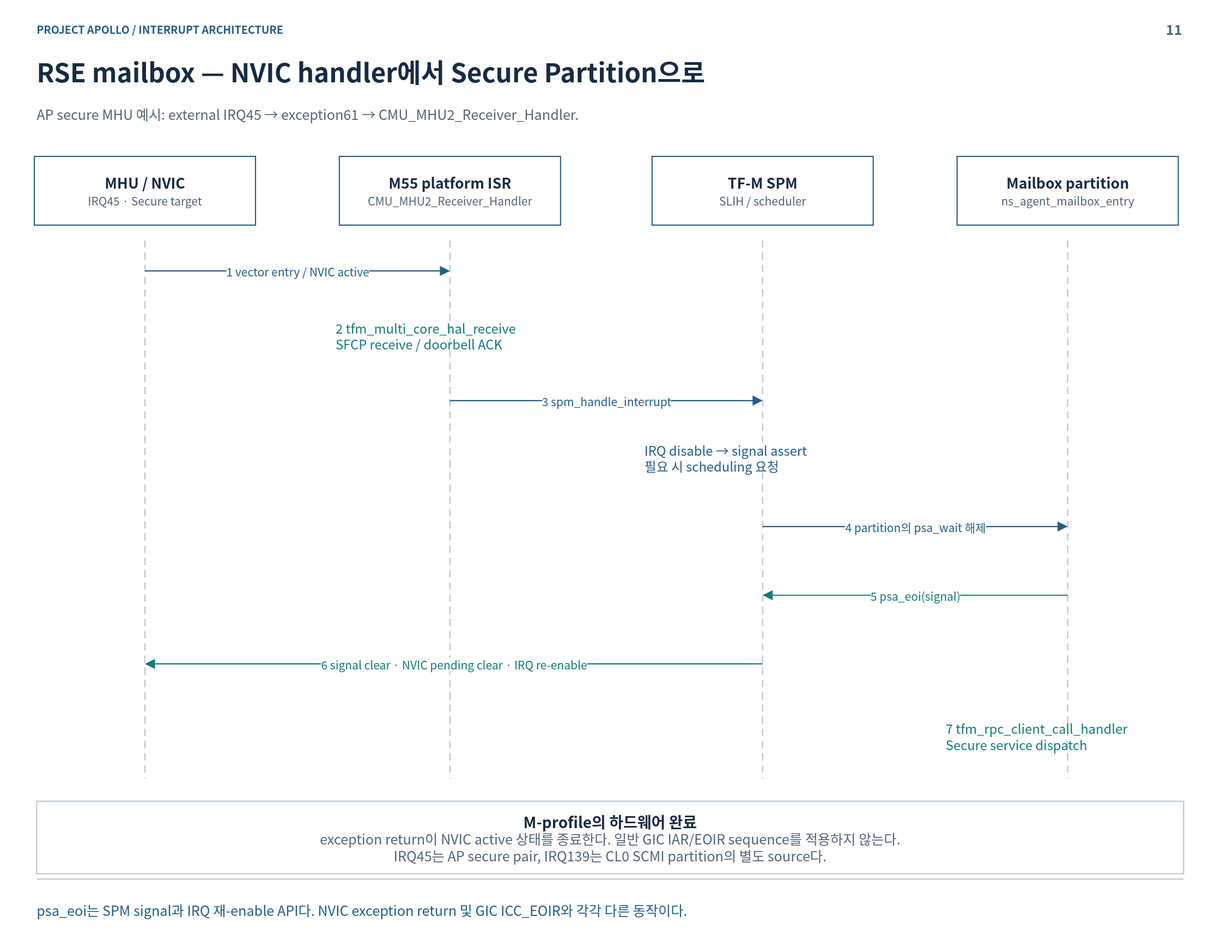
Earlier version of the draw.io export doc/phase1/interrupt/diagrams/11-rse-sequence.drawio.svg (cometzero/project-apollo). Source tidied: cells renumbered, new cells last; positions are measured from the earlier drawing's top-left corner, leaving out a move shared by most shapes.
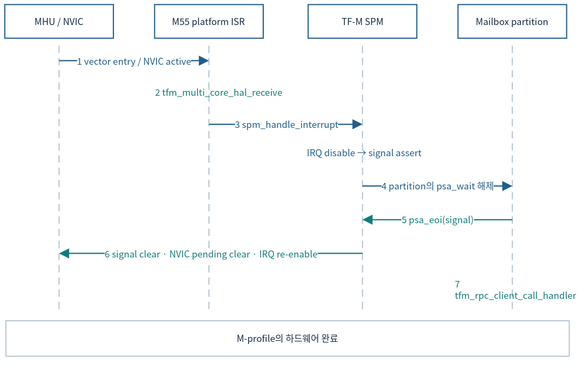
After the commit.

Diff of the diagram source:
```diff
@@ -2,107 +2,83 @@
   <root>
     <mxCell id="0" />
     <mxCell id="1" parent="0" />
-    <mxCell id="2" style="rounded=0;whiteSpace=wrap;html=1;fillColor=#FFFFFF;strokeColor=none;strokeWidth=1.5;fontColor=#172C43;fontFamily=Noto Sans CJK KR;fontSize=18;spacing=14;" parent="1" vertex="1">
-      <mxGeometry width="1600" height="1240" as="geometry" />
-    </mxCell>
-    <mxCell id="3" value="PROJECT APOLLO  /  INTERRUPT ARCHITECTURE" style="rounded=0;whiteSpace=wrap;html=1;fillColor=#FFFFFF;strokeColor=none;strokeWidth=1.5;fontColor=#172C43;fontFamily=Noto Sans CJK KR;fontSize=18;spacing=14;fillColor=none;align=left;verticalAlign=middle;spacing=0;fontSize=14;fontColor=#235D86;fontStyle=1;" parent="1" vertex="1">
-      <mxGeometry x="48" y="26" width="1400" height="24" as="geometry" />
-    </mxCell>
-    <mxCell id="4" value="11" style="rounded=0;whiteSpace=wrap;html=1;fillColor=#FFFFFF;strokeColor=none;strokeWidth=1.5;fontColor=#172C43;fontFamily=Noto Sans CJK KR;fontSize=18;spacing=14;fillColor=none;align=right;verticalAlign=middle;spacing=0;fontSize=18;fontColor=#52657A;fontStyle=1;" parent="1" vertex="1">
-      <mxGeometry x="1485" y="23" width="65" height="30" as="geometry" />
-    </mxCell>
-    <mxCell id="5" value="RSE mailbox — NVIC handler에서 Secure Partition으로" style="rounded=0;whiteSpace=wrap;html=1;fillColor=#FFFFFF;strokeColor=none;strokeWidth=1.5;fontColor=#172C43;fontFamily=Noto Sans CJK KR;fontSize=18;spacing=14;fillColor=none;align=left;verticalAlign=middle;spacing=0;fontSize=34;fontColor=#172C43;fontStyle=1;" parent="1" vertex="1">
-      <mxGeometry x="48" y="67" width="1504" height="54" as="geometry" />
-    </mxCell>
-    <mxCell id="6" value="AP secure MHU 예시: external IRQ45 → exception61 → CMU_MHU2_Receiver_Handler." style="rounded=0;whiteSpace=wrap;html=1;fillColor=#FFFFFF;strokeColor=none;strokeWidth=1.5;fontColor=#172C43;fontFamily=Noto Sans CJK KR;fontSize=18;spacing=14;fillColor=none;align=left;verticalAlign=middle;spacing=0;fontSize=18;fontColor=#52657A;" parent="1" vertex="1">
-      <mxGeometry x="48" y="127" width="1504" height="44" as="geometry" />
-    </mxCell>
-    <mxCell id="7" style="html=1;rounded=0;edgeStyle=none;endArrow=none;endSize=9;strokeColor=#BAC7D3;strokeWidth=1.6;fontColor=#BAC7D3;fontFamily=Noto Sans CJK KR;fontSize=15;labelBackgroundColor=#FFFFFF;" parent="1" edge="1">
-      <mxGeometry relative="1" as="geometry">
-        <mxPoint x="48" y="1152" as="sourcePoint" />
-        <mxPoint x="1552" y="1152" as="targetPoint" />
-      </mxGeometry>
-    </mxCell>
-    <mxCell id="8" value="psa_eoi는 SPM signal과 IRQ 재-enable API다. NVIC exception return 및 GIC ICC_EOIR와 각각 다른 동작이다." style="rounded=0;whiteSpace=wrap;html=1;fillColor=#FFFFFF;strokeColor=none;strokeWidth=1.5;fontColor=#172C43;fontFamily=Noto Sans CJK KR;fontSize=18;spacing=14;fillColor=none;align=left;verticalAlign=middle;spacing=0;fontSize=18;fontColor=#235D86;" parent="1" vertex="1">
-      <mxGeometry x="48" y="1166" width="1504" height="52" as="geometry" />
-    </mxCell>
-    <mxCell id="9" value="&lt;b style=&quot;font-size:19px&quot;&gt;MHU / NVIC&lt;/b&gt;&lt;br&gt;&lt;font color=&quot;#52657A&quot; style=&quot;font-size:15px&quot;&gt;IRQ45 · Secure target&lt;/font&gt;" style="rounded=0;whiteSpace=wrap;html=1;fillColor=#FFFFFF;strokeColor=#235D86;strokeWidth=1.5;fontColor=#172C43;fontFamily=Noto Sans CJK KR;fontSize=18;spacing=14;" parent="1" vertex="1">
-      <mxGeometry x="45" y="205" width="290" height="90" as="geometry" />
+    <mxCell id="9" value="MHU / NVIC" style="rounded=0;whiteSpace=wrap;html=1;fillColor=#FFFFFF;strokeColor=#235D86;strokeWidth=1.5;fontColor=#172C43;fontFamily=Noto Sans CJK KR;fontSize=12;spacing=3;whiteSpace=wrap;" parent="1" vertex="1">
+      <mxGeometry x="12" y="12" width="142.4" height="44.2" as="geometry" />
     </mxCell>
-    <mxCell id="10" style="html=1;rounded=0;edgeStyle=none;endArrow=none;endSize=9;strokeColor=#BAC7D3;strokeWidth=1.6;fontColor=#BAC7D3;fontFamily=Noto Sans CJK KR;fontSize=15;labelBackgroundColor=#FFFFFF;dashed=1;dashPattern=6 4;" parent="1" edge="1">
+    <mxCell id="10" style="html=1;rounded=0;edgeStyle=none;endArrow=none;endSize=9;strokeColor=#BAC7D3;strokeWidth=1.6;fontColor=#BAC7D3;fontFamily=Noto Sans CJK KR;labelBackgroundColor=#FFFFFF;dashed=1;dashPattern=6 4;fontSize=12;spacing=3;whiteSpace=nowrap;" parent="1" edge="1">
       <mxGeometry relative="1" as="geometry">
-        <mxPoint x="190" y="315" as="sourcePoint" />
-        <mxPoint x="190" y="1020" as="targetPoint" />
+        <mxPoint x="83.2" y="66" as="sourcePoint" />
+        <mxPoint x="83.2" y="412.2" as="targetPoint" />
       </mxGeometry>
     </mxCell>
-    <mxCell id="11" value="&lt;b style=&quot;font-size:19px&quot;&gt;M55 platform ISR&lt;/b&gt;&lt;br&gt;&lt;font color=&quot;#52657A&quot; style=&quot;font-size:15px&quot;&gt;CMU_MHU2_Receiver_Handler&lt;/font&gt;" style="rounded=0;whiteSpace=wrap;html=1;fillColor=#FFFFFF;strokeColor=#235D86;strokeWidth=1.5;fontColor=#172C43;fontFamily=Noto Sans CJK KR;fontSize=18;spacing=14;" parent="1" vertex="1">
-      <mxGeometry x="445" y="205" width="290" height="90" as="geometry" />
+    <mxCell id="11" value="M55 platform ISR" style="rounded=0;whiteSpace=wrap;html=1;fillColor=#FFFFFF;strokeColor=#235D86;strokeWidth=1.5;fontColor=#172C43;fontFamily=Noto Sans CJK KR;fontSize=12;spacing=3;whiteSpace=wrap;" parent="1" vertex="1">
+      <mxGeometry x="208.4" y="12" width="142.4" height="44.2" as="geometry" />
     </mxCell>
-    <mxCell id="12" style="html=1;rounded=0;edgeStyle=none;endArrow=none;endSize=9;strokeColor=#BAC7D3;strokeWidth=1.6;fontColor=#BAC7D3;fontFamily=Noto Sans CJK KR;fontSize=15;labelBackgroundColor=#FFFFFF;dashed=1;dashPattern=6 4;" parent="1" edge="1">
+    <mxCell id="12" style="html=1;rounded=0;edgeStyle=none;endArrow=none;endSize=9;strokeColor=#BAC7D3;strokeWidth=1.6;fontColor=#BAC7D3;fontFamily=Noto Sans CJK KR;labelBackgroundColor=#FFFFFF;dashed=1;dashPattern=6 4;fontSize=12;spacing=3;whiteSpace=nowrap;" parent="1" edge="1">
       <mxGeometry relative="1" as="geometry">
-        <mxPoint x="590" y="315" as="sourcePoint" />
-        <mxPoint x="590" y="1020" as="targetPoint" />
+        <mxPoint x="279.6" y="66" as="sourcePoint" />
+        <mxPoint x="279.6" y="412.2" as="targetPoint" />
       </mxGeometry>
     </mxCell>
-    <mxCell id="13" value="&lt;b style=&quot;font-size:19px&quot;&gt;TF-M SPM&lt;/b&gt;&lt;br&gt;&lt;font color=&quot;#52657A&quot; style=&quot;font-size:15px&quot;&gt;SLIH / scheduler&lt;/font&gt;" style="rounded=0;whiteSpace=wrap;html=1;fillColor=#FFFFFF;strokeColor=#235D86;strokeWidth=1.5;fontColor=#172C43;fontFamily=Noto Sans CJK KR;fontSize=18;spacing=14;" parent="1" vertex="1">
-      <mxGeometry x="855" y="205" width="290" height="90" as="geometry" />
+    <mxCell id="13" value="TF-M SPM" style="rounded=0;whiteSpace=wrap;html=1;fillColor=#FFFFFF;strokeColor=#235D86;strokeWidth=1.5;fontColor=#172C43;fontFamily=Noto Sans CJK KR;fontSize=12;spacing=3;whiteSpace=wrap;" parent="1" vertex="1">
+      <mxGeometry x="409.7" y="12" width="142.4" height="44.2" as="geometry" />
     </mxCell>
-    <mxCell id="14" style="html=1;rounded=0;edgeStyle=none;endArrow=none;endSize=9;strokeColor=#BAC7D3;strokeWidth=1.6;fontColor=#BAC7D3;fontFamily=Noto Sans CJK KR;fontSize=15;labelBackgroundColor=#FFFFFF;dashed=1;dashPattern=6 4;" parent="1" edge="1">
+    <mxCell id="14" style="html=1;rounded=0;edgeStyle=none;endArrow=none;endSize=9;strokeColor=#BAC7D3;strokeWidth=1.6;fontColor=#BAC7D3;fontFamily=Noto Sans CJK KR;labelBackgroundColor=#FFFFFF;dashed=1;dashPattern=6 4;fontSize=12;spacing=3;whiteSpace=nowrap;" parent="1" edge="1">
       <mxGeometry relative="1" as="geometry">
-        <mxPoint x="1000" y="315" as="sourcePoint" />
-        <mxPoint x="1000" y="1020" as="targetPoint" />
+        <mxPoint x="480.9" y="66" as="sourcePoint" />
+        <mxPoint x="480.9" y="412.2" as="targetPoint" />
       </mxGeometry>
     </mxCell>
-    <mxCell id="15" value="&lt;b style=&quot;font-size:19px&quot;&gt;Mailbox partition&lt;/b&gt;&lt;br&gt;&lt;font color=&quot;#52657A&quot; style=&quot;font-size:15px&quot;&gt;ns_agent_mailbox_entry&lt;/font&gt;" style="rounded=0;whiteSpace=wrap;html=1;fillColor=#FFFFFF;strokeColor=#235D86;strokeWidth=1.5;fontColor=#172C43;fontFamily=Noto Sans CJK KR;fontSize=18;spacing=14;" parent="1" vertex="1">
-      <mxGeometry x="1255" y="205" width="290" height="90" as="geometry" />
+    <mxCell id="15" value="Mailbox partition" style="rounded=0;whiteSpace=wrap;html=1;fillColor=#FFFFFF;strokeColor=#235D86;strokeWidth=1.5;fontColor=#172C43;fontFamily=Noto Sans CJK KR;fontSize=12;spacing=3;whiteSpace=wrap;" parent="1" vertex="1">
+      <mxGeometry x="606.2" y="12" width="142.4" height="44.2" as="geometry" />
     </mxCell>
-    <mxCell id="16" style="html=1;rounded=0;edgeStyle=none;endArrow=none;endSize=9;strokeColor=#BAC7D3;strokeWidth=1.6;fontColor=#BAC7D3;fontFamily=Noto Sans CJK KR;fontSize=15;labelBackgroundColor=#FFFFFF;dashed=1;dashPattern=6 4;" parent="1" edge="1">
+    <mxCell id="16" style="html=1;rounded=0;edgeStyle=none;endArrow=none;endSize=9;strokeColor=#BAC7D3;strokeWidth=1.6;fontColor=#BAC7D3;fontFamily=Noto Sans CJK KR;labelBackgroundColor=#FFFFFF;dashed=1;dashPattern=6 4;fontSize=12;spacing=3;whiteSpace=nowrap;" parent="1" edge="1">
       <mxGeometry relative="1" as="geometry">
-        <mxPoint x="1400" y="315" as="sourcePoint" />
-        <mxPoint x="1400" y="1020" as="targetPoint" />
+        <mxPoint x="677.4" y="66" as="sourcePoint" />
+        <mxPoint x="677.4" y="412.2" as="targetPoint" />
       </mxGeometry>
     </mxCell>
-    <mxCell id="17" value="1  vector entry / NVIC active" style="html=1;rounded=0;edgeStyle=none;endArrow=block;endSize=9;strokeColor=#235D86;strokeWidth=1.6;fontColor=#235D86;fontFamily=Noto Sans CJK KR;fontSize=15;labelBackgroundColor=#FFFFFF;" parent="1" edge="1">
+    <mxCell id="17" value="1  vector entry / NVIC active" style="html=1;rounded=0;edgeStyle=none;endArrow=block;endSize=9;strokeColor=#235D86;strokeWidth=1.6;fontColor=#235D86;fontFamily=Noto Sans CJK KR;labelBackgroundColor=#FFFFFF;fontSize=12;spacing=3;whiteSpace=nowrap;" parent="1" edge="1">
       <mxGeometry relative="1" as="geometry">
-        <mxPoint x="190" y="355" as="sourcePoint" />
-        <mxPoint x="590" y="355" as="targetPoint" />
+        <mxPoint x="83.2" y="85.7" as="sourcePoint" />
+        <mxPoint x="279.6" y="85.7" as="targetPoint" />
       </mxGeometry>
     </mxCell>
-    <mxCell id="18" value="2  tfm_multi_core_hal_receive&lt;br&gt;SFCP receive / doorbell ACK" style="rounded=0;whiteSpace=wrap;html=1;fillColor=#FFFFFF;strokeColor=none;strokeWidth=1.5;fontColor=#172C43;fontFamily=Noto Sans CJK KR;fontSize=18;spacing=14;fillColor=none;align=left;verticalAlign=middle;spacing=0;fontSize=17;fontColor=#147B79;" parent="1" vertex="1">
-      <mxGeometry x="440" y="397" width="380" height="85" as="geometry" />
+    <mxCell id="18" value="2  tfm_multi_core_hal_receive" style="rounded=0;whiteSpace=wrap;html=1;fillColor=#FFFFFF;strokeColor=none;strokeWidth=1.5;fontColor=#172C43;fontFamily=Noto Sans CJK KR;fillColor=none;align=left;verticalAlign=middle;fontColor=#147B79;fontSize=12;spacing=3;whiteSpace=wrap;" parent="1" vertex="1">
+      <mxGeometry x="206" y="106.3" width="186.6" height="41.7" as="geometry" />
     </mxCell>
-    <mxCell id="19" value="3  spm_handle_interrupt" style="html=1;rounded=0;edgeStyle=none;endArrow=block;endSize=9;strokeColor=#235D86;strokeWidth=1.6;fontColor=#235D86;fontFamily=Noto Sans CJK KR;fontSize=15;labelBackgroundColor=#FFFFFF;" parent="1" edge="1">
+    <mxCell id="19" value="3  spm_handle_interrupt" style="html=1;rounded=0;edgeStyle=none;endArrow=block;endSize=9;strokeColor=#235D86;strokeWidth=1.6;fontColor=#235D86;fontFamily=Noto Sans CJK KR;labelBackgroundColor=#FFFFFF;fontSize=12;spacing=3;whiteSpace=nowrap;" parent="1" edge="1">
       <mxGeometry relative="1" as="geometry">
-        <mxPoint x="590" y="525" as="sourcePoint" />
-        <mxPoint x="1000" y="525" as="targetPoint" />
+        <mxPoint x="279.6" y="169.1" as="sourcePoint" />
+        <mxPoint x="480.9" y="169.1" as="targetPoint" />
       </mxGeometry>
     </mxCell>
-    <mxCell id="20" value="IRQ disable → signal assert&lt;br&gt;필요 시 scheduling 요청" style="rounded=0;whiteSpace=wrap;html=1;fillColor=#FFFFFF;strokeColor=none;strokeWidth=1.5;fontColor=#172C43;fontFamily=Noto Sans CJK KR;fontSize=18;spacing=14;fillColor=none;align=left;verticalAlign=middle;spacing=0;fontSize=17;fontColor=#235D86;" parent="1" vertex="1">
-      <mxGeometry x="845" y="565" width="400" height="70" as="geometry" />
+    <mxCell id="20" value="IRQ disable → signal assert" style="rounded=0;whiteSpace=wrap;html=1;fillColor=#FFFFFF;strokeColor=none;strokeWidth=1.5;fontColor=#172C43;fontFamily=Noto Sans CJK KR;fillColor=none;align=left;verticalAlign=middle;fontColor=#235D86;fontSize=12;spacing=3;whiteSpace=wrap;" parent="1" vertex="1">
+      <mxGeometry x="404.8" y="188.8" width="196.4" height="34.4" as="geometry" />
     </mxCell>
-    <mxCell id="21" value="4  partition의 psa_wait 해제" style="html=1;rounded=0;edgeStyle=none;endArrow=block;endSize=9;strokeColor=#235D86;strokeWidth=1.6;fontColor=#235D86;fontFamily=Noto Sans CJK KR;fontSize=15;labelBackgroundColor=#FFFFFF;" parent="1" edge="1">
+    <mxCell id="21" value="4  partition의 psa_wait 해제" style="html=1;rounded=0;edgeStyle=none;endArrow=block;endSize=9;strokeColor=#235D86;strokeWidth=1.6;fontColor=#235D86;fontFamily=Noto Sans CJK KR;labelBackgroundColor=#FFFFFF;fontSize=12;spacing=3;whiteSpace=nowrap;" parent="1" edge="1">
       <mxGeometry relative="1" as="geometry">
-        <mxPoint x="1000" y="690" as="sourcePoint" />
-        <mxPoint x="1400" y="690" as="targetPoint" />
+        <mxPoint x="480.9" y="250.2" as="sourcePoint" />
+        <mxPoint x="677.4" y="250.2" as="targetPoint" />
       </mxGeometry>
     </mxCell>
-    <mxCell id="22" value="5  psa_eoi(signal)" style="html=1;rounded=0;edgeStyle=none;endArrow=block;endSize=9;strokeColor=#147B79;strokeWidth=1.6;fontColor=#147B79;fontFamily=Noto Sans CJK KR;fontSize=15;labelBackgroundColor=#FFFFFF;" parent="1" edge="1">
+    <mxCell id="22" value="5  psa_eoi(signal)" style="html=1;rounded=0;edgeStyle=none;endArrow=block;endSize=9;strokeColor=#147B79;strokeWidth=1.6;fontColor=#147B79;fontFamily=Noto Sans CJK KR;labelBackgroundColor=#FFFFFF;fontSize=12;spacing=3;whiteSpace=nowrap;" parent="1" edge="1">
       <mxGeometry relative="1" as="geometry">
-        <mxPoint x="1400" y="780" as="sourcePoint" />
-        <mxPoint x="1000" y="780" as="targetPoint" />
+        <mxPoint x="677.4" y="294.4" as="sourcePoint" />
+        <mxPoint x="480.9" y="294.4" as="targetPoint" />
       </mxGeometry>
     </mxCell>
-    <mxCell id="23" value="6  signal clear · NVIC pending clear · IRQ re-enable" style="html=1;rounded=0;edgeStyle=none;endArrow=block;endSize=9;strokeColor=#147B79;strokeWidth=1.6;fontColor=#147B79;fontFamily=Noto Sans CJK KR;fontSize=15;labelBackgroundColor=#FFFFFF;" parent="1" edge="1">
+    <mxCell id="23" value="6  signal clear · NVIC pending clear · IRQ re-enable" style="html=1;rounded=0;edgeStyle=none;endArrow=block;endSize=9;strokeColor=#147B79;strokeWidth=1.6;fontColor=#147B79;fontFamily=Noto Sans CJK KR;labelBackgroundColor=#FFFFFF;fontSize=12;spacing=3;whiteSpace=nowrap;" parent="1" edge="1">
       <mxGeometry relative="1" as="geometry">
-        <mxPoint x="1000" y="870" as="sourcePoint" />
-        <mxPoint x="190" y="870" as="targetPoint" />
+        <mxPoint x="480.9" y="338.5" as="sourcePoint" />
+        <mxPoint x="83.2" y="338.5" as="targetPoint" />
       </mxGeometry>
     </mxCell>
-    <mxCell id="24" value="7  tfm_rpc_client_call_handler&lt;br&gt;Secure service dispatch" style="rounded=0;whiteSpace=wrap;html=1;fillColor=#FFFFFF;strokeColor=none;strokeWidth=1.5;fontColor=#172C43;fontFamily=Noto Sans CJK KR;fontSize=18;spacing=14;fillColor=none;align=left;verticalAlign=middle;spacing=0;fontSize=17;fontColor=#147B79;" parent="1" vertex="1">
-      <mxGeometry x="1240" y="926" width="310" height="78" as="geometry" />
+    <mxCell id="24" value="7  tfm_rpc_client_call_handler" style="rounded=0;whiteSpace=wrap;html=1;fillColor=#FFFFFF;strokeColor=none;strokeWidth=1.5;fontColor=#172C43;fontFamily=Noto Sans CJK KR;fillColor=none;align=left;verticalAlign=middle;fontColor=#147B79;fontSize=12;spacing=3;whiteSpace=wrap;" parent="1" vertex="1">
+      <mxGeometry x="598.8" y="366" width="152.2" height="38.3" as="geometry" />
     </mxCell>
-    <mxCell id="25" value="&lt;b style=&quot;font-size:20px&quot;&gt;M-profile의 하드웨어 완료&lt;/b&gt;&lt;br&gt;&lt;font color=&quot;#52657A&quot; style=&quot;font-size:18px&quot;&gt;exception return이 NVIC active 상태를 종료한다. 일반 GIC IAR/EOIR sequence를 적용하지 않는다.&lt;br&gt;IRQ45는 AP secure pair, IRQ139는 CL0 SCMI partition의 별도 source다.&lt;/font&gt;" style="rounded=0;whiteSpace=wrap;html=1;fillColor=#FFFFFF;strokeColor=#BAC7D3;strokeWidth=1.5;fontColor=#172C43;fontFamily=Noto Sans CJK KR;fontSize=18;spacing=14;" parent="1" vertex="1">
-      <mxGeometry x="48" y="1050" width="1504" height="95" as="geometry" />
+    <mxCell id="25" value="M-profile의 하드웨어 완료" style="rounded=0;whiteSpace=wrap;html=1;fillColor=#FFFFFF;strokeColor=#BAC7D3;strokeWidth=1.5;fontColor=#172C43;fontFamily=Noto Sans CJK KR;fontSize=12;spacing=3;whiteSpace=wrap;" parent="1" vertex="1">
+      <mxGeometry x="13.5" y="426.9" width="738.5" height="46.6" as="geometry" />
     </mxCell>
   </root>
 </mxGraphModel>
```
